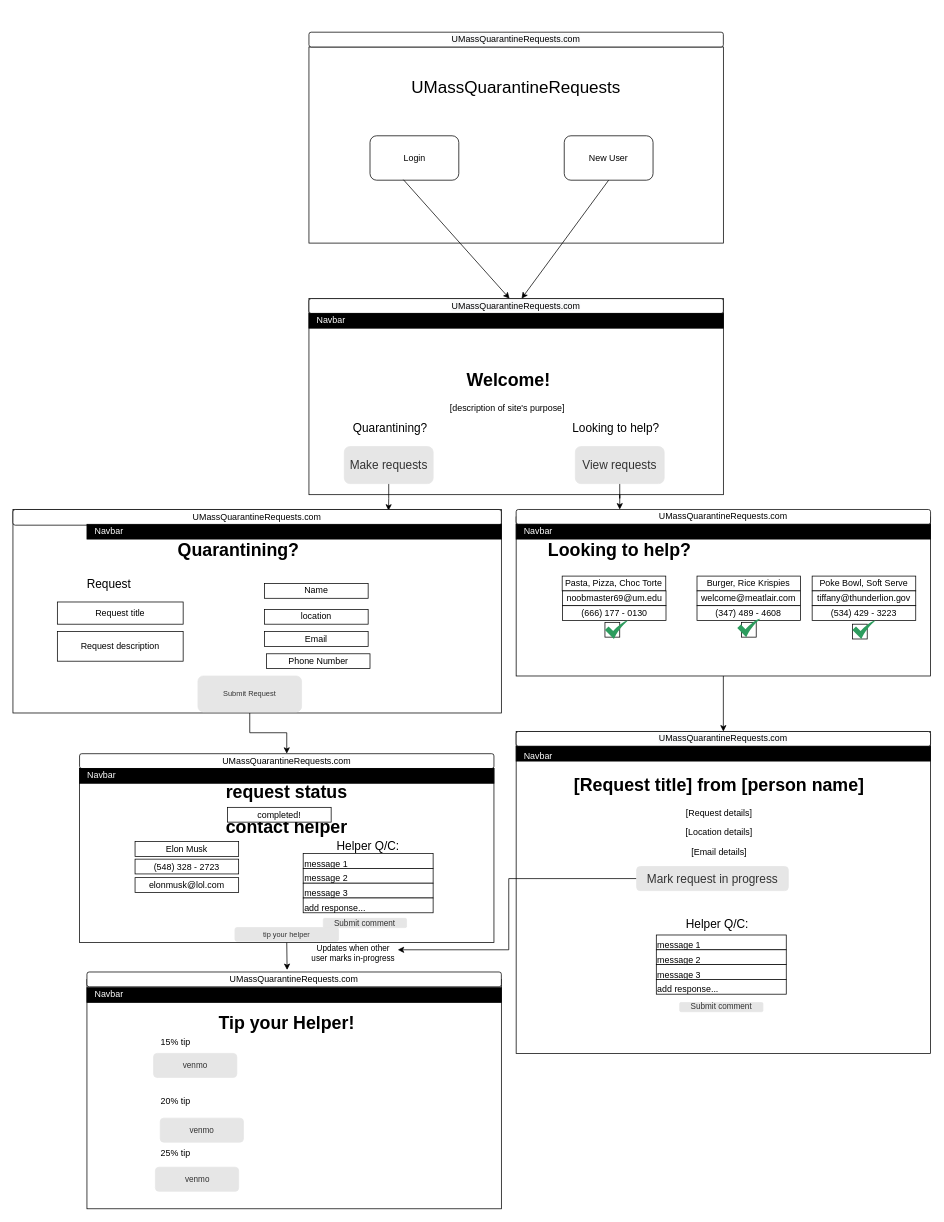
grievans/cs326-final-vav keeps this draw.io diagram as docs/diagrams/homepage.drawio. Above is the earlier version. Source tidied: cells renumbered, new cells numbered last; positions are measured from the earlier drawing's top-left corner, leaving out a move shared by most shapes. Both pictures are drawn from the tidied source at 74%, with x=0, y=0 at pixel (13, 32).
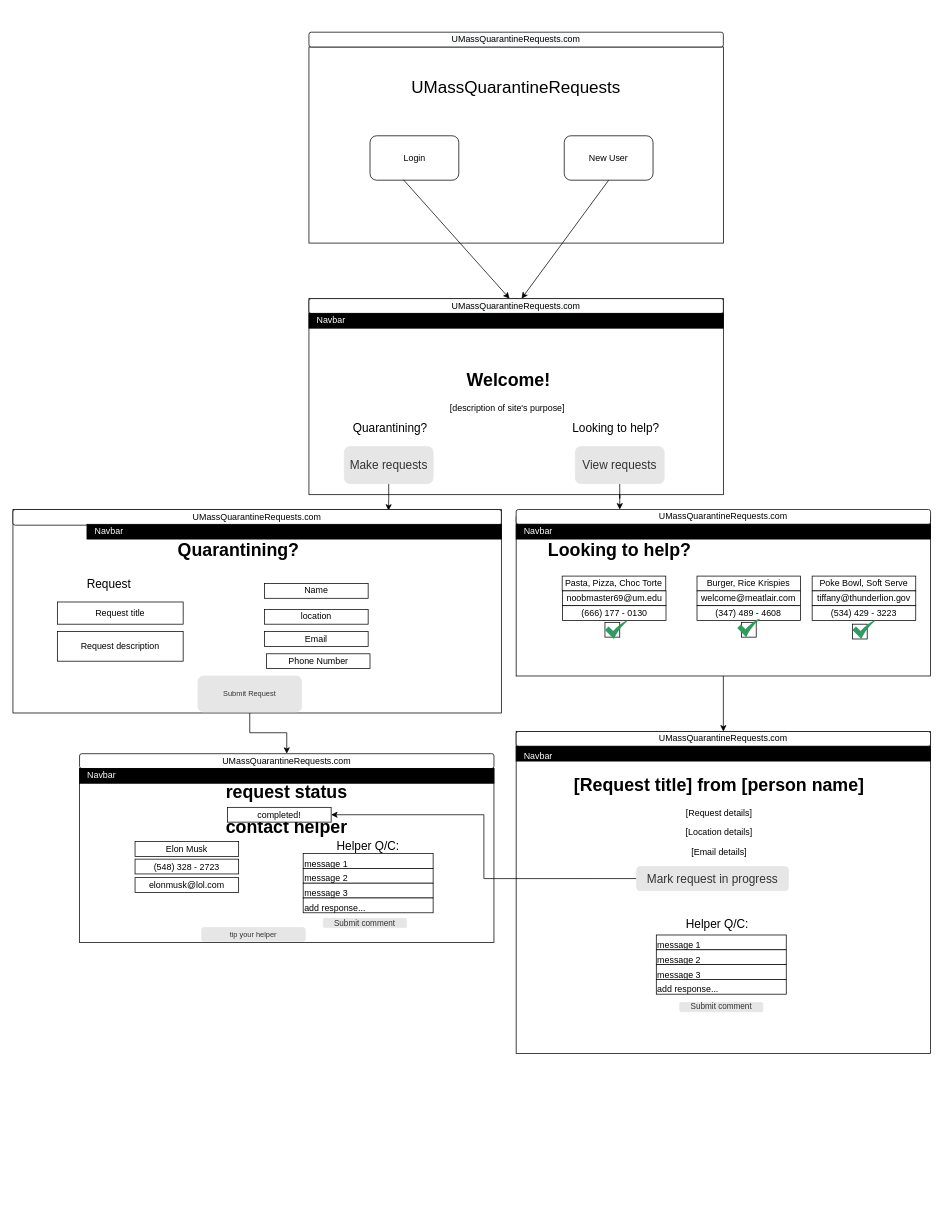
After the change.

Unchanged cells that the change refers to:
```xml
<mxCell id="33" style="rounded=0;whiteSpace=wrap;html=1;" parent="1" vertex="1">
  <mxGeometry x="90" y="995" width="560" height="235" as="geometry" />
</mxCell>
<mxCell id="42" value="&lt;font style=&quot;font-size: 16px&quot;&gt;Mark request in progress&lt;/font&gt;" style="rounded=1;html=1;shadow=0;dashed=0;whiteSpace=wrap;fontSize=10;fillColor=#E6E6E6;align=center;strokeColor=#E6E6E6;fontColor=#333333;" parent="1" vertex="1">
  <mxGeometry x="842.8" y="1127.5" width="205" height="32.5" as="geometry" />
</mxCell>
<mxCell id="65" value="completed!" style="rounded=0;whiteSpace=wrap;html=1;" parent="1" vertex="1">
  <mxGeometry x="290" y="1047.5" width="140" height="20" as="geometry" />
</mxCell>
```

What changed in the source:
```diff
@@
-    <mxCell id="32" style="edgeStyle=orthogonalEdgeStyle;rounded=0;jettySize=auto;html=1;exitX=0.5;exitY=1;exitDx=0;exitDy=0;entryX=0.483;entryY=-0.137;entryDx=0;entryDy=0;entryPerimeter=0;" parent="1" edge="1" source="33" target="49">
-      <mxGeometry relative="1" as="geometry" />
-    </mxCell>
@@
-    <mxCell id="41" style="edgeStyle=orthogonalEdgeStyle;rounded=0;jettySize=auto;html=1;exitX=0;exitY=0.5;exitDx=0;exitDy=0;fontSize=11;" parent="1" edge="1" source="42" target="52">
-      <mxGeometry relative="1" as="geometry">
-        <Array as="points">
-          <mxPoint x="670" y="1144" />
-          <mxPoint x="670" y="1240" />
-        </Array>
-      </mxGeometry>
-    </mxCell>
+    <mxCell id="98" style="edgeStyle=orthogonalEdgeStyle;rounded=0;jettySize=auto;html=1;exitX=0;exitY=0.5;exitDx=0;exitDy=0;entryX=1;entryY=0.5;entryDx=0;entryDy=0;" parent="1" edge="1" source="42" target="65">
+      <mxGeometry relative="1" as="geometry" />
+    </mxCell>
@@
-    <mxCell id="48" style="rounded=0;whiteSpace=wrap;html=1;" parent="1" vertex="1">
-      <mxGeometry x="100" y="1280" width="560" height="310" as="geometry" />
-    </mxCell>
-    <mxCell id="49" value="UMassQuarantineRequests.com" style="rounded=1;whiteSpace=wrap;html=1;" parent="1" vertex="1">
-      <mxGeometry x="100" y="1270" width="560" height="20" as="geometry" />
-    </mxCell>
@@
-    <mxCell id="51" value="&lt;h1&gt;Tip your Helper!&lt;/h1&gt;" style="text;html=1;strokeColor=none;fillColor=none;spacing=5;spacingTop=-20;whiteSpace=wrap;overflow=hidden;rounded=0;align=center;" parent="1" vertex="1">
-      <mxGeometry x="175" y="1320" width="390" height="40" as="geometry" />
-    </mxCell>
-    <mxCell id="52" value="Updates when other user marks in-progress" style="text;html=1;strokeColor=none;fillColor=none;align=center;verticalAlign=middle;whiteSpace=wrap;rounded=0;fontSize=11;" parent="1" vertex="1">
-      <mxGeometry x="400" y="1230" width="120" height="30" as="geometry" />
-    </mxCell>
-    <mxCell id="53" value="&lt;span style=&quot;font-size: 11px&quot;&gt;venmo&lt;/span&gt;" style="rounded=1;html=1;shadow=0;dashed=0;whiteSpace=wrap;fontSize=10;fillColor=#E6E6E6;align=center;strokeColor=#E6E6E6;fontColor=#333333;" parent="1" vertex="1">
-      <mxGeometry x="190" y="1380" width="112.5" height="32.5" as="geometry" />
-    </mxCell>
@@
     <mxCell id="66" value="tip your helper" style="rounded=1;html=1;shadow=0;dashed=0;whiteSpace=wrap;fontSize=10;fillColor=#E6E6E6;align=center;strokeColor=#E6E6E6;fontColor=#333333;" parent="1" vertex="1">
-      <mxGeometry x="300" y="1210" width="140" height="18.4" as="geometry" />
+      <mxGeometry x="255" y="1210" width="140" height="18.4" as="geometry" />
     </mxCell>
-    <mxCell id="67" value="15% tip" style="text;html=1;strokeColor=none;fillColor=none;align=center;verticalAlign=middle;whiteSpace=wrap;rounded=0;" parent="1" vertex="1">
-      <mxGeometry x="190" y="1350" width="60" height="30" as="geometry" />
-    </mxCell>
-    <mxCell id="68" value="20% tip" style="text;html=1;strokeColor=none;fillColor=none;align=center;verticalAlign=middle;whiteSpace=wrap;rounded=0;" parent="1" vertex="1">
-      <mxGeometry x="190" y="1430" width="60" height="30" as="geometry" />
-    </mxCell>
-    <mxCell id="69" value="25% tip" style="text;html=1;strokeColor=none;fillColor=none;align=center;verticalAlign=middle;whiteSpace=wrap;rounded=0;" parent="1" vertex="1">
-      <mxGeometry x="190" y="1500" width="60" height="30" as="geometry" />
-    </mxCell>
-    <mxCell id="70" value="&lt;span style=&quot;font-size: 11px&quot;&gt;venmo&lt;/span&gt;" style="rounded=1;html=1;shadow=0;dashed=0;whiteSpace=wrap;fontSize=10;fillColor=#E6E6E6;align=center;strokeColor=#E6E6E6;fontColor=#333333;" parent="1" vertex="1">
-      <mxGeometry x="199" y="1467.5" width="112.5" height="32.5" as="geometry" />
-    </mxCell>
-    <mxCell id="71" value="&lt;span style=&quot;font-size: 11px&quot;&gt;venmo&lt;/span&gt;" style="rounded=1;html=1;shadow=0;dashed=0;whiteSpace=wrap;fontSize=10;fillColor=#E6E6E6;align=center;strokeColor=#E6E6E6;fontColor=#333333;" parent="1" vertex="1">
-      <mxGeometry x="192.5" y="1533.8" width="112.5" height="32.5" as="geometry" />
-    </mxCell>
@@
-    <mxCell id="96" style="rounded=0;whiteSpace=wrap;html=1;fontSize=23;align=center;fillColor=#000000;" parent="1" vertex="1">
-      <mxGeometry x="100" y="1291.2" width="560" height="20" as="geometry" />
-    </mxCell>
```
